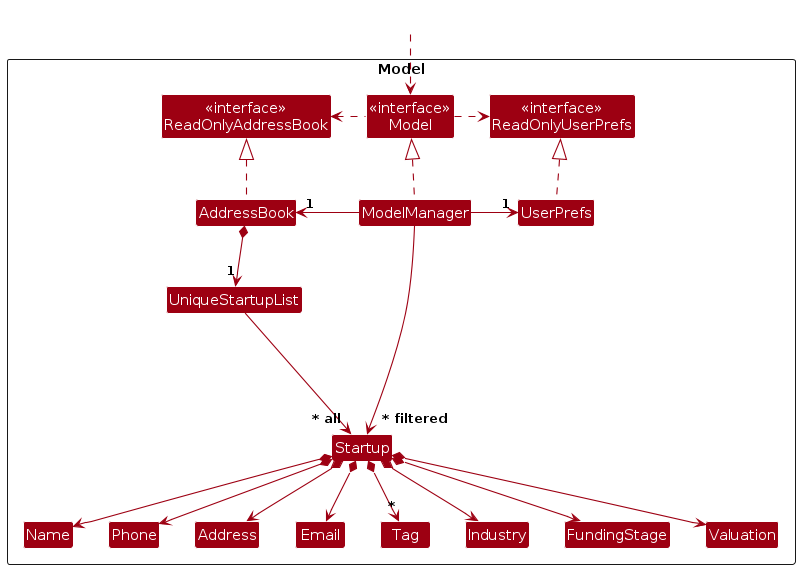
yespiggy/tp keeps this PlantUML diagram as diagrams/ModelClassDiagram.png. Above is the earlier version. Its source is kept beside it as diagrams/ModelClassDiagram.puml.
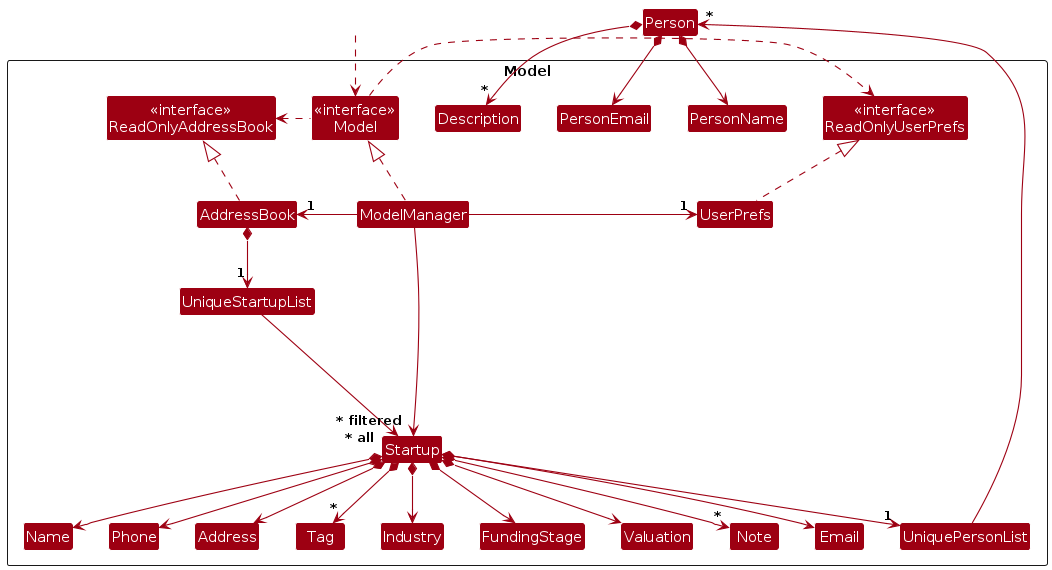
After the change.

Diff of the diagram source:
```diff
@@ -22,6 +22,12 @@
 Class Industry
 Class FundingStage
 Class Valuation
+Class Note
+
+Class UniquePersonList
+Class PersonName
+Class PersonEmail
+Class Description
 
 Class I #FFFFFF
 }
@@ -48,6 +54,12 @@
 Startup *--> FundingStage
 Startup *--> "*" Tag
 Startup *--> Valuation
+Startup *--> "*" Note
+Startup *--> "1" UniquePersonList
+UniquePersonList --> "*" Person
+Person *--> PersonName
+Person *--> PersonEmail
+Person *--> "*" Description
 
 Startup -[hidden]up--> I
 UniqueStartupList -[hidden]right-> I
```
